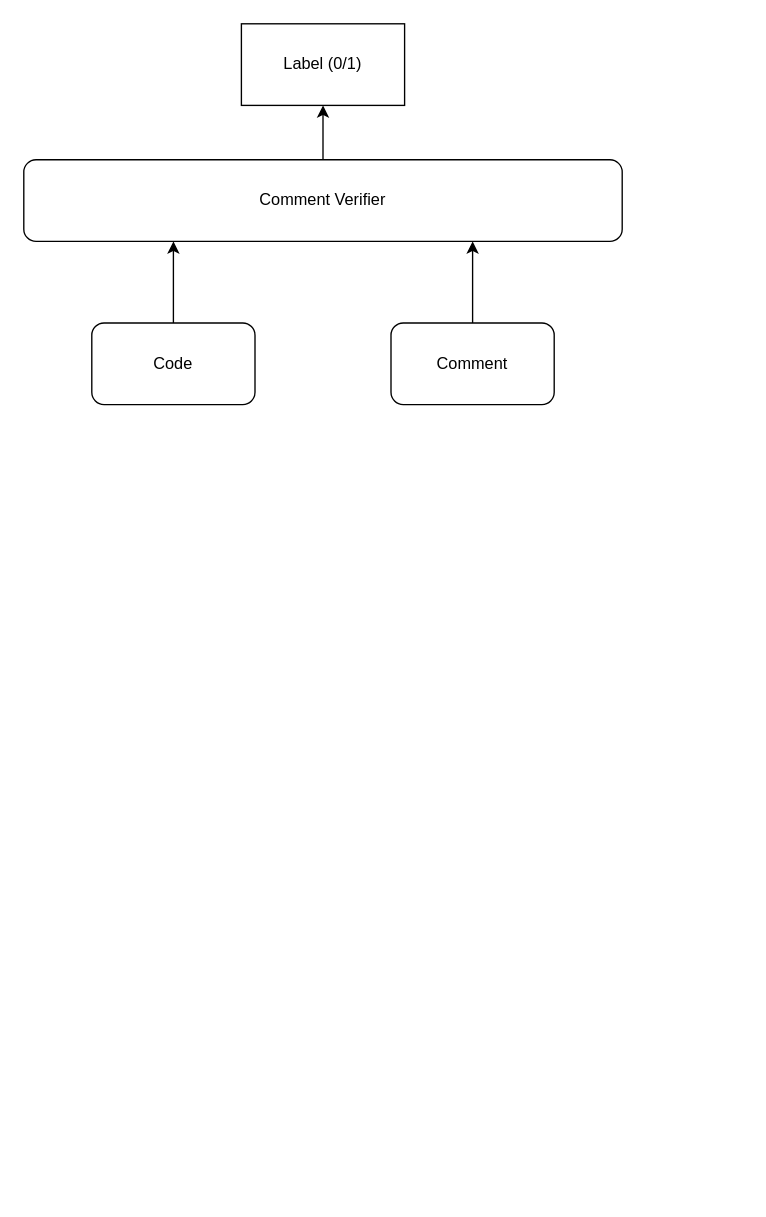
This is code-comment-verify.drawio from babangain/drawio, a draw.io file, before an edit. Source tidied: cells renumbered, new cells numbered last; positions are measured from the earlier drawing's top-left corner, leaving out a move shared by most shapes. Both pictures are drawn from the tidied source at 136%, with x=0, y=0 at pixel (23, 23).
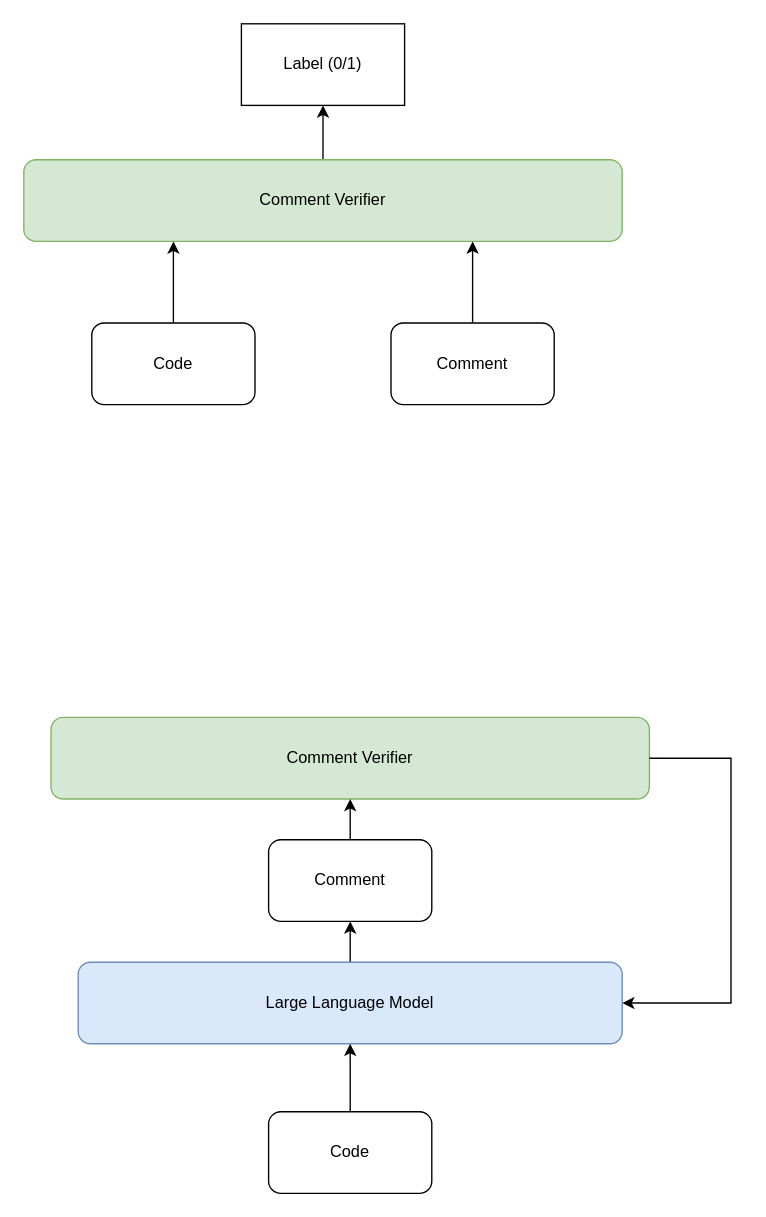
The same page after the edit.

Diff of the diagram source:
```diff
@@
 <mxGraphModel>
   <root>
     <mxCell id="0" />
     <mxCell id="1" parent="0" />
     <mxCell id="2" style="edgeStyle=orthogonalEdgeStyle;rounded=0;jettySize=auto;html=1;" parent="1" edge="1" source="3" target="8">
       <mxGeometry relative="1" as="geometry" />
     </mxCell>
-    <mxCell id="3" value="Comment Verifier" style="rounded=1;whiteSpace=wrap;html=1;" parent="1" vertex="1">
+    <mxCell id="3" value="Comment Verifier" style="rounded=1;whiteSpace=wrap;html=1;fillColor=#d5e8d4;strokeColor=#82b366;" parent="1" vertex="1">
       <mxGeometry y="100" width="440" height="60" as="geometry" />
     </mxCell>
     <mxCell id="4" style="edgeStyle=orthogonalEdgeStyle;rounded=0;jettySize=auto;html=1;entryX=0.25;entryY=1;entryDx=0;entryDy=0;" parent="1" edge="1" source="5" target="3">
       <mxGeometry relative="1" as="geometry" />
     </mxCell>
     <mxCell id="5" value="Code" style="rounded=1;whiteSpace=wrap;html=1;" parent="1" vertex="1">
       <mxGeometry x="50" y="220" width="120" height="60" as="geometry" />
     </mxCell>
     <mxCell id="6" style="edgeStyle=orthogonalEdgeStyle;rounded=0;jettySize=auto;html=1;entryX=0.75;entryY=1;entryDx=0;entryDy=0;" parent="1" edge="1" source="7" target="3">
       <mxGeometry relative="1" as="geometry" />
     </mxCell>
     <mxCell id="7" value="Comment" style="rounded=1;whiteSpace=wrap;html=1;" parent="1" vertex="1">
       <mxGeometry x="270" y="220" width="120" height="60" as="geometry" />
     </mxCell>
     <mxCell id="8" value="Label (0/1)" style="rounded=0;whiteSpace=wrap;html=1;" parent="1" vertex="1">
       <mxGeometry x="160" width="120" height="60" as="geometry" />
     </mxCell>
+    <mxCell id="9" style="edgeStyle=orthogonalEdgeStyle;rounded=0;jettySize=auto;html=1;" parent="1" edge="1" source="10" target="15">
+      <mxGeometry relative="1" as="geometry" />
+    </mxCell>
+    <mxCell id="10" value="Large Language Model" style="rounded=1;whiteSpace=wrap;html=1;fillColor=#dae8fc;strokeColor=#6c8ebf;" parent="1" vertex="1">
+      <mxGeometry x="40" y="690" width="400" height="60" as="geometry" />
+    </mxCell>
+    <mxCell id="11" value="Comment Verifier" style="rounded=1;whiteSpace=wrap;html=1;fillColor=#d5e8d4;strokeColor=#82b366;" parent="1" vertex="1">
+      <mxGeometry x="20" y="510" width="440" height="60" as="geometry" />
+    </mxCell>
+    <mxCell id="12" style="edgeStyle=orthogonalEdgeStyle;rounded=0;jettySize=auto;html=1;" parent="1" edge="1" source="13" target="10">
+      <mxGeometry relative="1" as="geometry" />
+    </mxCell>
+    <mxCell id="13" value="Code" style="rounded=1;whiteSpace=wrap;html=1;" parent="1" vertex="1">
+      <mxGeometry x="180" y="800" width="120" height="60" as="geometry" />
+    </mxCell>
+    <mxCell id="14" style="edgeStyle=orthogonalEdgeStyle;rounded=0;jettySize=auto;html=1;" parent="1" edge="1" source="15" target="11">
+      <mxGeometry relative="1" as="geometry" />
+    </mxCell>
+    <mxCell id="15" value="Comment" style="rounded=1;whiteSpace=wrap;html=1;" parent="1" vertex="1">
+      <mxGeometry x="180" y="600" width="120" height="60" as="geometry" />
+    </mxCell>
+    <mxCell id="16" style="endArrow=classic;html=1;rounded=0;exitX=1;exitY=0.5;exitDx=0;exitDy=0;entryX=1;entryY=0.5;entryDx=0;entryDy=0;" parent="1" edge="1" source="11" target="10">
+      <mxGeometry relative="1" as="geometry">
+        <Array as="points">
+          <mxPoint x="520" y="540" />
+          <mxPoint x="520" y="720" />
+        </Array>
+      </mxGeometry>
+    </mxCell>
   </root>
 </mxGraphModel>
```
